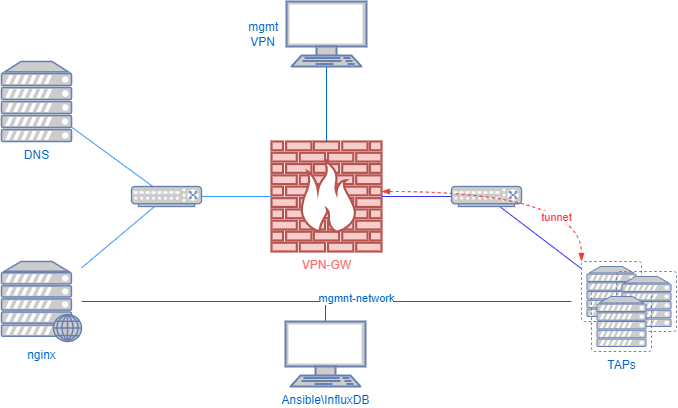
l-SK-l/My_testing_projects keeps this draw.io diagram as VPN remote access/assets/VPN.png. Above is the earlier version. Source tidied: cells renumbered, new cells last; positions are measured from the earlier drawing's top-left corner, leaving out a move shared by most shapes.
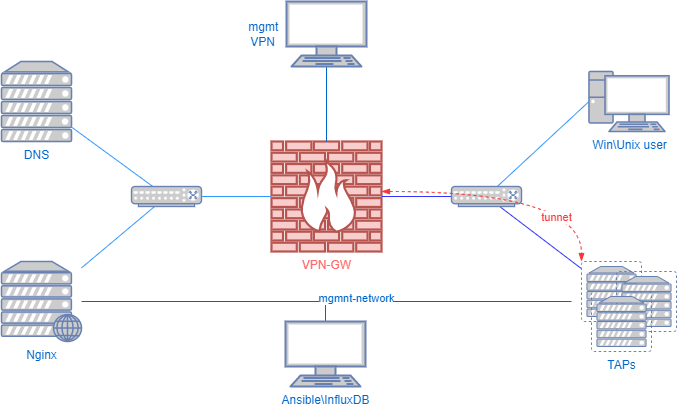
After the change.

Change to the diagram source:
```diff
@@ -44,7 +44,7 @@
     <mxCell id="15" value="TAPs" style="fontColor=#0066CC;verticalAlign=top;verticalLabelPosition=bottom;labelPosition=center;align=center;html=1;fillColor=#CCCCCC;strokeColor=#6881B3;gradientColor=none;gradientDirection=north;strokeWidth=2;shape=mxgraph.networks.virtual_server;" parent="12" vertex="1">
       <mxGeometry x="10" y="30" width="60" height="60" as="geometry" />
     </mxCell>
-    <mxCell id="16" value="nginx" style="fontColor=#0066CC;verticalAlign=top;verticalLabelPosition=bottom;labelPosition=center;align=center;html=1;outlineConnect=0;fillColor=#CCCCCC;strokeColor=#6881B3;gradientColor=none;gradientDirection=north;strokeWidth=2;shape=mxgraph.networks.web_server;" parent="1" vertex="1">
+    <mxCell id="16" value="Nginx" style="fontColor=#0066CC;verticalAlign=top;verticalLabelPosition=bottom;labelPosition=center;align=center;html=1;outlineConnect=0;fillColor=#CCCCCC;strokeColor=#6881B3;gradientColor=none;gradientDirection=north;strokeWidth=2;shape=mxgraph.networks.web_server;" parent="1" vertex="1">
       <mxGeometry y="260" width="80" height="80" as="geometry" />
     </mxCell>
     <mxCell id="17" value="DNS" style="fontColor=#0066CC;verticalAlign=top;verticalLabelPosition=bottom;labelPosition=center;align=center;html=1;outlineConnect=0;fillColor=#CCCCCC;strokeColor=#6881B3;gradientColor=none;gradientDirection=north;strokeWidth=2;shape=mxgraph.networks.server;" parent="1" vertex="1">
@@ -77,5 +77,11 @@
     <mxCell id="23" value="&lt;font color=&quot;#ff3333&quot;&gt;tunnet&lt;/font&gt;" style="edgeLabel;html=1;align=center;verticalAlign=middle;" parent="22" vertex="1">
       <mxGeometry x="0.29" y="-26" relative="1" as="geometry" />
     </mxCell>
+    <mxCell id="24" value="Win\Unix user" style="fontColor=#0066CC;verticalAlign=top;verticalLabelPosition=bottom;labelPosition=center;align=center;html=1;outlineConnect=0;fillColor=#CCCCCC;strokeColor=#6881B3;gradientColor=none;gradientDirection=north;strokeWidth=2;shape=mxgraph.networks.pc;labelBackgroundColor=none;" parent="1" vertex="1">
+      <mxGeometry x="587.5" y="70" width="80" height="60" as="geometry" />
+    </mxCell>
+    <mxCell id="25" style="edgeStyle=none;rounded=0;jettySize=auto;html=1;endArrow=none;endFill=0;strokeColor=#3399FF;exitX=0;exitY=0.5;exitDx=0;exitDy=0;exitPerimeter=0;" parent="1" edge="1" source="24" target="7">
+      <mxGeometry relative="1" as="geometry" />
+    </mxCell>
   </root>
 </mxGraphModel>
```
